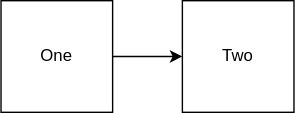
toerkl/learning keeps this draw.io diagram as flow/more/silly/silly.svg. Above is the earlier version. Source tidied: cells renumbered, new cells last; positions are measured from the earlier drawing's top-left corner, leaving out a move shared by most shapes. Its diagram source:
```xml
<mxGraphModel>
  <root>
    <mxCell id="0" />
    <mxCell id="1" parent="0" />
    <mxCell id="2" style="edgeStyle=orthogonalEdgeStyle;rounded=0;jettySize=auto;html=1;" parent="1" edge="1" source="3" target="4">
      <mxGeometry relative="1" as="geometry" />
    </mxCell>
    <mxCell id="3" style="whiteSpace=wrap;html=1;" parent="1" vertex="1">
      <mxGeometry width="80" height="80" as="geometry" />
    </mxCell>
    <mxCell id="4" style="whiteSpace=wrap;html=1;" parent="1" vertex="1">
      <mxGeometry x="130" width="80" height="80" as="geometry" />
    </mxCell>
    <mxCell id="5" value="One" style="text;strokeColor=none;align=center;fillColor=none;html=1;verticalAlign=middle;whiteSpace=wrap;rounded=0;" parent="1" vertex="1">
      <mxGeometry x="10" y="25" width="60" height="30" as="geometry" />
    </mxCell>
    <mxCell id="6" value="Two" style="text;strokeColor=none;align=center;fillColor=none;html=1;verticalAlign=middle;whiteSpace=wrap;rounded=0;" parent="1" vertex="1">
      <mxGeometry x="140" y="25" width="60" height="30" as="geometry" />
    </mxCell>
  </root>
</mxGraphModel>
```
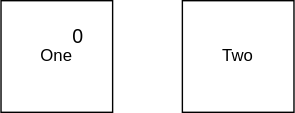
The same file after the commit.

Diff of the diagram source:
```diff
@@ -2,20 +2,11 @@
   <root>
     <mxCell id="0" />
     <mxCell id="1" parent="0" />
-    <mxCell id="2" style="edgeStyle=orthogonalEdgeStyle;rounded=0;jettySize=auto;html=1;" parent="1" edge="1" source="3" target="4">
-      <mxGeometry relative="1" as="geometry" />
-    </mxCell>
-    <mxCell id="3" style="whiteSpace=wrap;html=1;" parent="1" vertex="1">
+    <mxCell id="3" value="One" style="whiteSpace=wrap;html=1;" parent="1" vertex="1">
       <mxGeometry width="80" height="80" as="geometry" />
     </mxCell>
-    <mxCell id="4" style="whiteSpace=wrap;html=1;" parent="1" vertex="1">
+    <mxCell id="4" value="Two" style="whiteSpace=wrap;html=1;" parent="1" vertex="1">
       <mxGeometry x="130" width="80" height="80" as="geometry" />
     </mxCell>
-    <mxCell id="5" value="One" style="text;strokeColor=none;align=center;fillColor=none;html=1;verticalAlign=middle;whiteSpace=wrap;rounded=0;" parent="1" vertex="1">
-      <mxGeometry x="10" y="25" width="60" height="30" as="geometry" />
-    </mxCell>
-    <mxCell id="6" value="Two" style="text;strokeColor=none;align=center;fillColor=none;html=1;verticalAlign=middle;whiteSpace=wrap;rounded=0;" parent="1" vertex="1">
-      <mxGeometry x="140" y="25" width="60" height="30" as="geometry" />
-    </mxCell>
   </root>
 </mxGraphModel>
```
